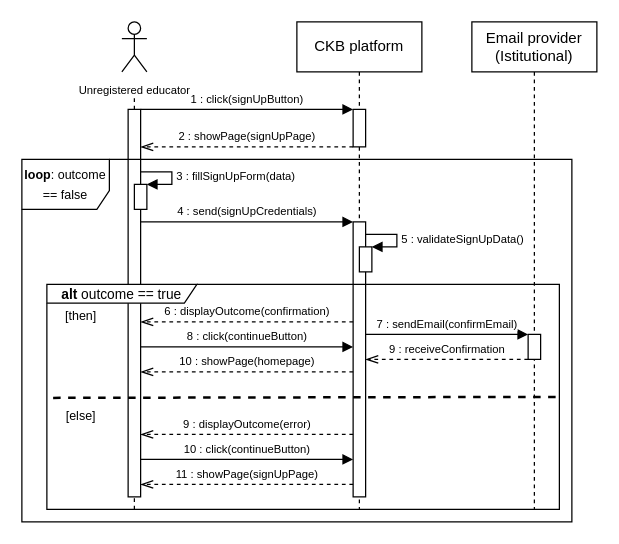
Before: RASDwip/ExtraFiles/Drawio/Sequence/Sequence2.drawio in francescospangaro/SpangaroTosettiRiccardi, a draw.io diagram. Source tidied: cells renumbered, new cells numbered last; positions are measured from the earlier drawing's top-left corner, leaving out a move shared by most shapes. Both pictures are drawn from the tidied source at 125%, with x=0, y=0 at pixel (21, 21).
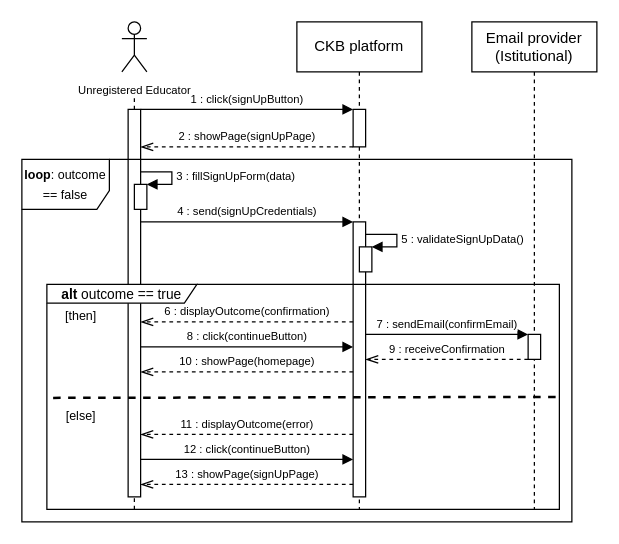
Above is the later version.

Unchanged cells that the change refers to:
```xml
<mxCell id="4" style="html=1;points=[];perimeter=orthogonalPerimeter;outlineConnect=0;targetShapes=umlLifeline;portConstraint=eastwest;newEdgeStyle={&quot;edgeStyle&quot;:&quot;elbowEdgeStyle&quot;,&quot;elbow&quot;:&quot;vertical&quot;,&quot;curved&quot;:0,&quot;rounded&quot;:0};" parent="2" vertex="1">
  <mxGeometry x="45" y="160" width="10" height="220" as="geometry" />
</mxCell>
<mxCell id="10" style="html=1;points=[];perimeter=orthogonalPerimeter;outlineConnect=0;targetShapes=umlLifeline;portConstraint=eastwest;newEdgeStyle={&quot;edgeStyle&quot;:&quot;elbowEdgeStyle&quot;,&quot;elbow&quot;:&quot;vertical&quot;,&quot;curved&quot;:0,&quot;rounded&quot;:0};" parent="1" vertex="1">
  <mxGeometry x="85" y="70" width="10" height="310" as="geometry" />
</mxCell>
```

Change to the diagram source:
```diff
@@
-    <mxCell id="7" value="&lt;font style=&quot;font-size: 9px;&quot;&gt;Unregistered educator&lt;/font&gt;" style="shape=umlActor;verticalLabelPosition=bottom;verticalAlign=top;html=1;" parent="1" vertex="1">
+    <mxCell id="7" value="&lt;font style=&quot;font-size: 9px;&quot;&gt;Unregistered Educator&lt;/font&gt;" style="shape=umlActor;verticalLabelPosition=bottom;verticalAlign=top;html=1;" parent="1" vertex="1">
       <mxGeometry x="80" width="20" height="40" as="geometry" />
     </mxCell>
@@
-    <mxCell id="24" value="&lt;font style=&quot;font-size: 9px;&quot;&gt;9 : displayOutcome(error)&lt;/font&gt;" style="html=1;verticalAlign=bottom;endArrow=openThin;dashed=1;endSize=8;edgeStyle=elbowEdgeStyle;elbow=vertical;curved=0;rounded=0;endFill=0;" parent="1" edge="1">
+    <mxCell id="24" value="&lt;font style=&quot;font-size: 9px;&quot;&gt;11 : displayOutcome(error)&lt;/font&gt;" style="html=1;verticalAlign=bottom;endArrow=openThin;dashed=1;endSize=8;edgeStyle=elbowEdgeStyle;elbow=vertical;curved=0;rounded=0;endFill=0;" parent="1" edge="1">
       <mxGeometry relative="1" as="geometry">
         <mxPoint x="265" y="330" as="sourcePoint" />
         <mxPoint x="95" y="330" as="targetPoint" />
         <Array as="points">
           <mxPoint x="190" y="330" />
         </Array>
       </mxGeometry>
     </mxCell>
@@
-    <mxCell id="29" value="&lt;font style=&quot;font-size: 9px;&quot;&gt;10 : click(continueButton)&lt;/font&gt;" style="html=1;verticalAlign=bottom;endArrow=block;edgeStyle=elbowEdgeStyle;elbow=vertical;curved=0;rounded=0;" parent="1" edge="1" source="10" target="4">
+    <mxCell id="29" value="&lt;font style=&quot;font-size: 9px;&quot;&gt;12 : click(continueButton)&lt;/font&gt;" style="html=1;verticalAlign=bottom;endArrow=block;edgeStyle=elbowEdgeStyle;elbow=vertical;curved=0;rounded=0;" parent="1" edge="1" source="10" target="4">
       <mxGeometry relative="1" as="geometry">
         <Array as="points">
           <mxPoint x="210" y="350" />
         </Array>
       </mxGeometry>
     </mxCell>
-    <mxCell id="30" value="&lt;font style=&quot;font-size: 9px;&quot;&gt;11 : showPage(signUpPage)&lt;/font&gt;" style="html=1;verticalAlign=bottom;endArrow=openThin;dashed=1;endSize=8;edgeStyle=elbowEdgeStyle;elbow=vertical;curved=0;rounded=0;endFill=0;" parent="1" edge="1" source="4" target="10">
+    <mxCell id="30" value="&lt;font style=&quot;font-size: 9px;&quot;&gt;13 : showPage(signUpPage)&lt;/font&gt;" style="html=1;verticalAlign=bottom;endArrow=openThin;dashed=1;endSize=8;edgeStyle=elbowEdgeStyle;elbow=vertical;curved=0;rounded=0;endFill=0;" parent="1" edge="1" source="4" target="10">
       <mxGeometry relative="1" as="geometry">
         <Array as="points">
           <mxPoint x="190" y="370" />
         </Array>
       </mxGeometry>
     </mxCell>
```
